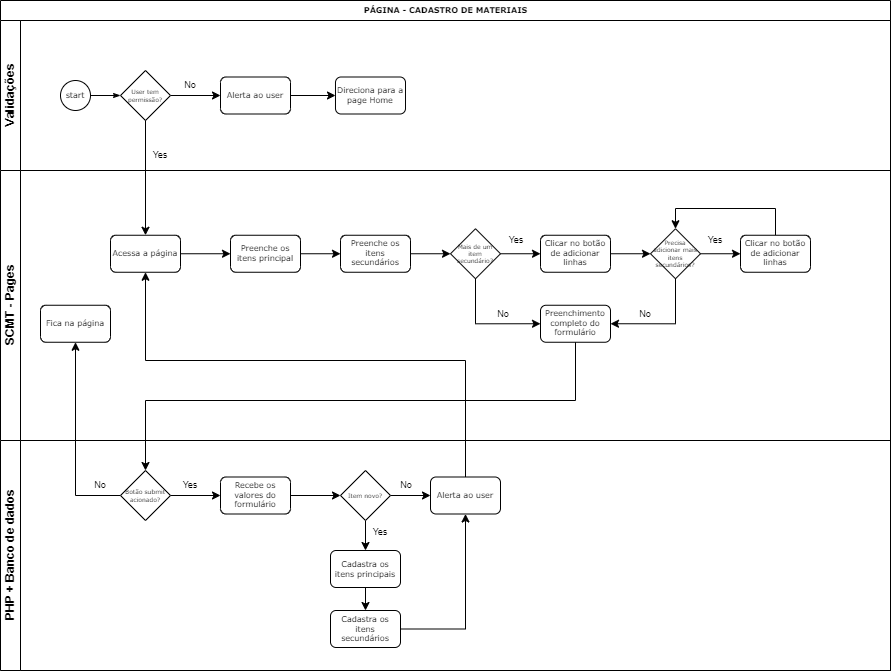
Above: cadastro_materiais.drawio.png in RogiNascimento/diagramas (draw.io), before the change. Source tidied: cells renumbered, new cells last; positions are measured from the earlier drawing's top-left corner, leaving out a move shared by most shapes.
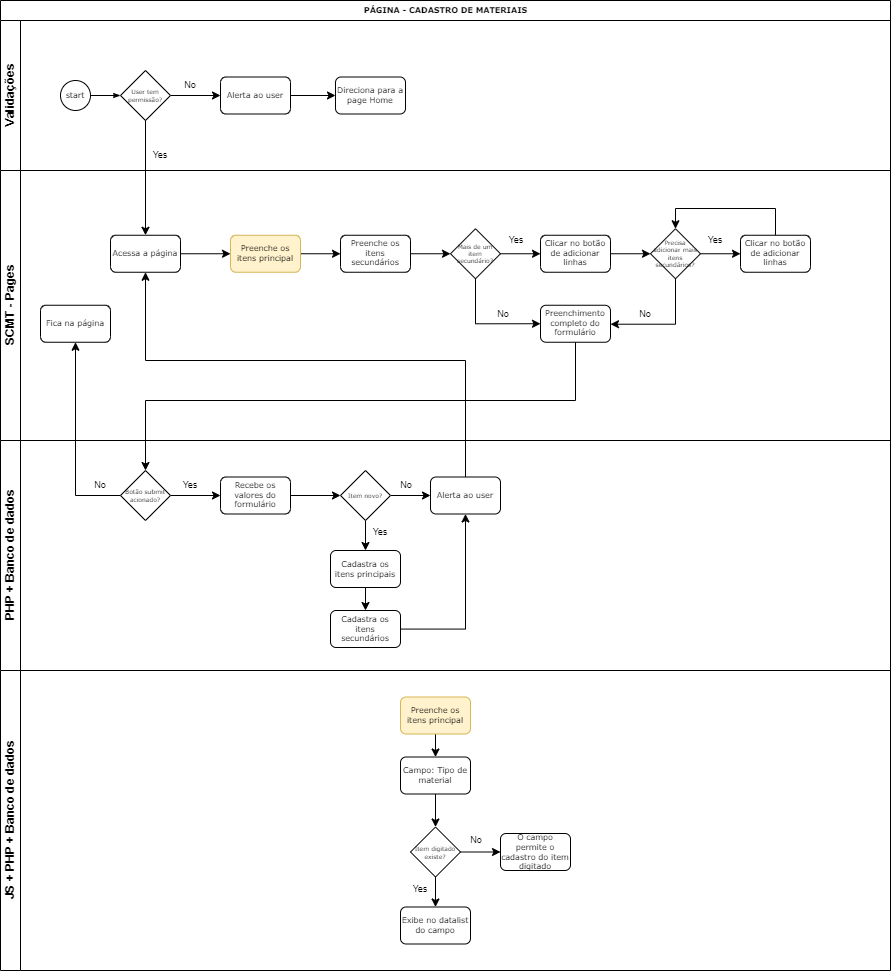
The same file after the commit.

Change to the diagram source:
```diff
@@ -49,7 +49,7 @@
     <mxCell id="16" style="edgeStyle=orthogonalEdgeStyle;rounded=0;jettySize=auto;html=1;fontSize=6;" parent="13" edge="1" source="17" target="19">
       <mxGeometry relative="1" as="geometry" />
     </mxCell>
-    <mxCell id="17" value="Preenche os itens principal" style="rounded=1;whiteSpace=wrap;html=1;shadow=0;labelBackgroundColor=none;strokeWidth=1;fontFamily=Verdana;fontSize=8;align=center;" parent="13" vertex="1">
+    <mxCell id="17" value="Preenche os itens principal" style="rounded=1;whiteSpace=wrap;html=1;shadow=0;labelBackgroundColor=none;strokeWidth=1;fontFamily=Verdana;fontSize=8;align=center;fillColor=#fff2cc;strokeColor=#d6b656;" parent="13" vertex="1">
       <mxGeometry x="230" y="64.7" width="70" height="37" as="geometry" />
     </mxCell>
     <mxCell id="18" style="edgeStyle=orthogonalEdgeStyle;rounded=0;jettySize=auto;html=1;fontSize=6;" parent="13" edge="1" source="19" target="22">
@@ -193,5 +193,45 @@
     <mxCell id="56" value="Cadastra os itens secundários" style="rounded=1;whiteSpace=wrap;html=1;shadow=0;labelBackgroundColor=none;strokeWidth=1;fontFamily=Verdana;fontSize=8;align=center;" parent="40" vertex="1">
       <mxGeometry x="330" y="170" width="70" height="37" as="geometry" />
     </mxCell>
+    <mxCell id="57" value="JS + PHP + Banco de dados" style="swimlane;html=1;startSize=20;horizontal=0;" parent="1" vertex="1">
+      <mxGeometry y="670" width="890" height="300" as="geometry" />
+    </mxCell>
+    <mxCell id="58" value="Campo: Tipo de material" style="rounded=1;whiteSpace=wrap;html=1;shadow=0;labelBackgroundColor=none;strokeWidth=1;fontFamily=Verdana;fontSize=8;align=center;" parent="57" vertex="1">
+      <mxGeometry x="400" y="86.5" width="70" height="37" as="geometry" />
+    </mxCell>
+    <mxCell id="59" style="edgeStyle=orthogonalEdgeStyle;rounded=0;jettySize=auto;html=1;entryX=0.5;entryY=0;entryDx=0;entryDy=0;fontSize=9;" parent="57" edge="1" source="60" target="58">
+      <mxGeometry relative="1" as="geometry" />
+    </mxCell>
+    <mxCell id="60" value="Preenche os itens principal" style="rounded=1;whiteSpace=wrap;html=1;shadow=0;labelBackgroundColor=none;strokeWidth=1;fontFamily=Verdana;fontSize=8;align=center;fillColor=#fff2cc;strokeColor=#d6b656;" parent="57" vertex="1">
+      <mxGeometry x="400" y="26.5" width="70" height="37" as="geometry" />
+    </mxCell>
+    <mxCell id="61" style="edgeStyle=orthogonalEdgeStyle;rounded=0;jettySize=auto;html=1;fontSize=9;" parent="57" edge="1" source="58">
+      <mxGeometry relative="1" as="geometry">
+        <mxPoint x="435" y="156.5" as="targetPoint" />
+      </mxGeometry>
+    </mxCell>
+    <mxCell id="62" style="edgeStyle=orthogonalEdgeStyle;rounded=0;jettySize=auto;html=1;" parent="57" edge="1" source="64">
+      <mxGeometry relative="1" as="geometry">
+        <mxPoint x="435" y="236.5" as="targetPoint" />
+      </mxGeometry>
+    </mxCell>
+    <mxCell id="63" style="edgeStyle=orthogonalEdgeStyle;rounded=0;jettySize=auto;html=1;" parent="57" edge="1" source="64" target="66">
+      <mxGeometry relative="1" as="geometry" />
+    </mxCell>
+    <mxCell id="64" value="Item digitado existe?" style="strokeWidth=1;html=1;shape=mxgraph.flowchart.decision;whiteSpace=wrap;rounded=1;shadow=0;labelBackgroundColor=none;fontFamily=Verdana;fontSize=6;align=center;" parent="57" vertex="1">
+      <mxGeometry x="410" y="156.5" width="50" height="50" as="geometry" />
+    </mxCell>
+    <mxCell id="65" value="Exibe no datalist do campo" style="rounded=1;whiteSpace=wrap;html=1;shadow=0;labelBackgroundColor=none;strokeWidth=1;fontFamily=Verdana;fontSize=8;align=center;" parent="57" vertex="1">
+      <mxGeometry x="400" y="236.5" width="70" height="37" as="geometry" />
+    </mxCell>
+    <mxCell id="66" value="O campo permite o cadastro do item digitado" style="rounded=1;whiteSpace=wrap;html=1;shadow=0;labelBackgroundColor=none;strokeWidth=1;fontFamily=Verdana;fontSize=8;align=center;" parent="57" vertex="1">
+      <mxGeometry x="500" y="163" width="70" height="37" as="geometry" />
+    </mxCell>
+    <mxCell id="67" value="Yes" style="text;html=1;strokeColor=none;fillColor=none;align=center;verticalAlign=middle;whiteSpace=wrap;rounded=0;fontSize=9;" parent="57" vertex="1">
+      <mxGeometry x="410" y="213.5" width="20" height="10" as="geometry" />
+    </mxCell>
+    <mxCell id="68" value="No" style="text;html=1;strokeColor=none;fillColor=none;align=center;verticalAlign=middle;whiteSpace=wrap;rounded=0;fontSize=9;" parent="57" vertex="1">
+      <mxGeometry x="466" y="165" width="20" height="10" as="geometry" />
+    </mxCell>
   </root>
 </mxGraphModel>
```
